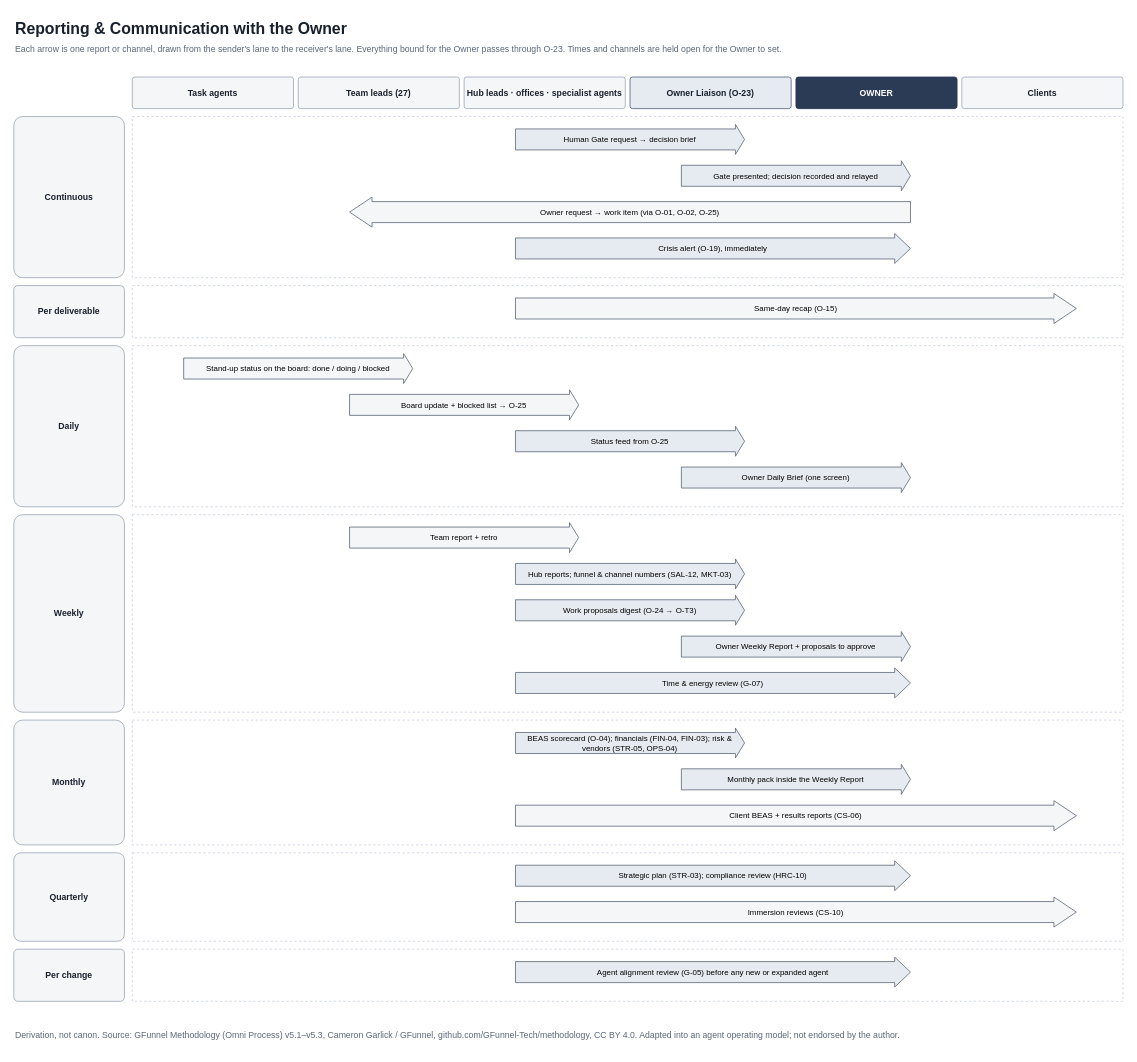
Earlier version of the draw.io diagram page "3 · Reporting & Communication" (3 of 6) of operations/agent-org-map/GFunnel-Agent-Operating-System.drawio (GFunnel-Tech/methodology). Source tidied: cells renumbered, new cells numbered last; positions are measured from the earlier drawing's top-left corner, leaving out a move shared by most shapes. Both pictures are drawn from the tidied source at 79%, with x=0, y=0 at pixel (13, 13).
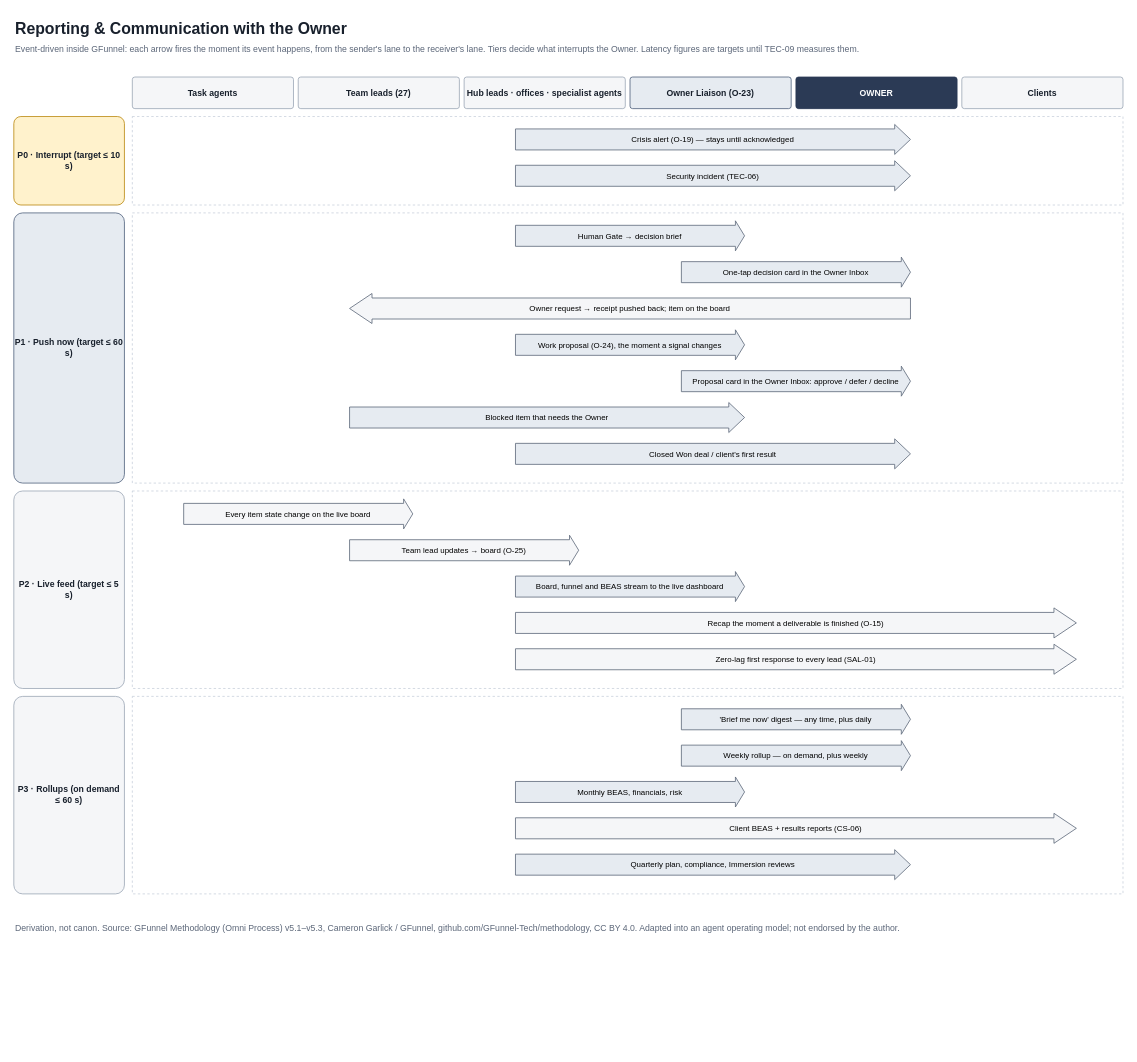
Above is the later version.

Commit message (it also covers changes not shown here):
Agent org map: instant delivery inside GFunnel

Diff of the diagram source:
```diff
@@
-    <mxCell id="3" value="Each arrow is one report or channel, drawn from the sender's lane to the receiver's lane. Everything bound for the Owner passes through O-23. Times and channels are held open for the Owner to set." style="text;html=1;fontSize=11;fontFamily=Helvetica;fontColor=#5B6678;align=left;verticalAlign=top;whiteSpace=wrap;" parent="1" vertex="1">
-      <mxGeometry y="32" width="1000" height="30" as="geometry" />
+    <mxCell id="3" value="Event-driven inside GFunnel: each arrow fires the moment its event happens, from the sender's lane to the receiver's lane. Tiers decide what interrupts the Owner. Latency figures are targets until TEC-09 measures them." style="text;html=1;fontSize=11;fontFamily=Helvetica;fontColor=#5B6678;align=left;verticalAlign=top;whiteSpace=wrap;" parent="1" vertex="1">
+      <mxGeometry y="32" width="1100" height="30" as="geometry" />
     </mxCell>
@@
-    <mxCell id="10" value="&lt;b&gt;Continuous&lt;/b&gt;" style="rounded=1;whiteSpace=wrap;html=1;fillColor=#F5F6F8;strokeColor=#9AA5B5;fontSize=11;fontFamily=Helvetica;arcSize=8;fontColor=#18202C;verticalAlign=middle;" parent="1" vertex="1">
-      <mxGeometry y="130" width="140" height="204" as="geometry" />
+    <mxCell id="10" value="&lt;b&gt;P0 · Interrupt (target ≤ 10 s)&lt;/b&gt;" style="rounded=1;whiteSpace=wrap;html=1;fillColor=#FFF2CC;strokeColor=#B8860B;fontSize=11;fontFamily=Helvetica;arcSize=8;fontColor=#18202C;verticalAlign=middle;" parent="1" vertex="1">
+      <mxGeometry y="130" width="140" height="112" as="geometry" />
     </mxCell>
     <mxCell id="11" style="rounded=0;html=1;fillColor=none;strokeColor=#C9D1DC;dashed=1;" parent="1" vertex="1">
-      <mxGeometry x="150" y="130" width="1254" height="204" as="geometry" />
+      <mxGeometry x="150" y="130" width="1254" height="112" as="geometry" />
     </mxCell>
-    <mxCell id="12" value="Human Gate request → decision brief" style="shape=singleArrow;direction=east;whiteSpace=wrap;html=1;arrowWidth=0.7;arrowSize=0.04;fontSize=10;fontFamily=Helvetica;fillColor=#E6EBF1;strokeColor=#5B6678;" parent="1" vertex="1">
-      <mxGeometry x="635" y="140" width="290" height="38" as="geometry" />
+    <mxCell id="12" value="Crisis alert (O-19) — stays until acknowledged" style="shape=singleArrow;direction=east;whiteSpace=wrap;html=1;arrowWidth=0.7;arrowSize=0.04;fontSize=10;fontFamily=Helvetica;fillColor=#E6EBF1;strokeColor=#5B6678;" parent="1" vertex="1">
+      <mxGeometry x="635" y="140" width="500" height="38" as="geometry" />
     </mxCell>
-    <mxCell id="13" value="Gate presented; decision recorded and relayed" style="shape=singleArrow;direction=east;whiteSpace=wrap;html=1;arrowWidth=0.7;arrowSize=0.04;fontSize=10;fontFamily=Helvetica;fillColor=#E6EBF1;strokeColor=#5B6678;" parent="1" vertex="1">
-      <mxGeometry x="845" y="186" width="290" height="38" as="geometry" />
+    <mxCell id="13" value="Security incident (TEC-06)" style="shape=singleArrow;direction=east;whiteSpace=wrap;html=1;arrowWidth=0.7;arrowSize=0.04;fontSize=10;fontFamily=Helvetica;fillColor=#E6EBF1;strokeColor=#5B6678;" parent="1" vertex="1">
+      <mxGeometry x="635" y="186" width="500" height="38" as="geometry" />
     </mxCell>
-    <mxCell id="14" value="Owner request → work item (via O-01, O-02, O-25)" style="shape=singleArrow;direction=west;whiteSpace=wrap;html=1;arrowWidth=0.7;arrowSize=0.04;fontSize=10;fontFamily=Helvetica;fillColor=#F5F6F8;strokeColor=#5B6678;" parent="1" vertex="1">
-      <mxGeometry x="425" y="232" width="710" height="38" as="geometry" />
+    <mxCell id="14" value="&lt;b&gt;P1 · Push now (target ≤ 60 s)&lt;/b&gt;" style="rounded=1;whiteSpace=wrap;html=1;fillColor=#E6EBF1;strokeColor=#4D5F7A;fontSize=11;fontFamily=Helvetica;arcSize=8;fontColor=#18202C;verticalAlign=middle;" parent="1" vertex="1">
+      <mxGeometry y="252" width="140" height="342" as="geometry" />
     </mxCell>
-    <mxCell id="15" value="Crisis alert (O-19), immediately" style="shape=singleArrow;direction=east;whiteSpace=wrap;html=1;arrowWidth=0.7;arrowSize=0.04;fontSize=10;fontFamily=Helvetica;fillColor=#E6EBF1;strokeColor=#5B6678;" parent="1" vertex="1">
-      <mxGeometry x="635" y="278" width="500" height="38" as="geometry" />
+    <mxCell id="15" style="rounded=0;html=1;fillColor=none;strokeColor=#C9D1DC;dashed=1;" parent="1" vertex="1">
+      <mxGeometry x="150" y="252" width="1254" height="342" as="geometry" />
     </mxCell>
-    <mxCell id="16" value="&lt;b&gt;Per deliverable&lt;/b&gt;" style="rounded=1;whiteSpace=wrap;html=1;fillColor=#F5F6F8;strokeColor=#9AA5B5;fontSize=11;fontFamily=Helvetica;arcSize=8;fontColor=#18202C;verticalAlign=middle;" parent="1" vertex="1">
-      <mxGeometry y="344" width="140" height="66" as="geometry" />
+    <mxCell id="16" value="Human Gate → decision brief" style="shape=singleArrow;direction=east;whiteSpace=wrap;html=1;arrowWidth=0.7;arrowSize=0.04;fontSize=10;fontFamily=Helvetica;fillColor=#E6EBF1;strokeColor=#5B6678;" parent="1" vertex="1">
+      <mxGeometry x="635" y="262" width="290" height="38" as="geometry" />
     </mxCell>
-    <mxCell id="17" style="rounded=0;html=1;fillColor=none;strokeColor=#C9D1DC;dashed=1;" parent="1" vertex="1">
-      <mxGeometry x="150" y="344" width="1254" height="66" as="geometry" />
+    <mxCell id="17" value="One-tap decision card in the Owner Inbox" style="shape=singleArrow;direction=east;whiteSpace=wrap;html=1;arrowWidth=0.7;arrowSize=0.04;fontSize=10;fontFamily=Helvetica;fillColor=#E6EBF1;strokeColor=#5B6678;" parent="1" vertex="1">
+      <mxGeometry x="845" y="308" width="290" height="38" as="geometry" />
     </mxCell>
-    <mxCell id="18" value="Same-day recap (O-15)" style="shape=singleArrow;direction=east;whiteSpace=wrap;html=1;arrowWidth=0.7;arrowSize=0.04;fontSize=10;fontFamily=Helvetica;fillColor=#F5F6F8;strokeColor=#5B6678;" parent="1" vertex="1">
-      <mxGeometry x="635" y="354" width="710" height="38" as="geometry" />
+    <mxCell id="18" value="Owner request → receipt pushed back; item on the board" style="shape=singleArrow;direction=west;whiteSpace=wrap;html=1;arrowWidth=0.7;arrowSize=0.04;fontSize=10;fontFamily=Helvetica;fillColor=#F5F6F8;strokeColor=#5B6678;" parent="1" vertex="1">
+      <mxGeometry x="425" y="354" width="710" height="38" as="geometry" />
     </mxCell>
-    <mxCell id="19" value="&lt;b&gt;Daily&lt;/b&gt;" style="rounded=1;whiteSpace=wrap;html=1;fillColor=#F5F6F8;strokeColor=#9AA5B5;fontSize=11;fontFamily=Helvetica;arcSize=8;fontColor=#18202C;verticalAlign=middle;" parent="1" vertex="1">
-      <mxGeometry y="420" width="140" height="204" as="geometry" />
+    <mxCell id="19" value="Work proposal (O-24), the moment a signal changes" style="shape=singleArrow;direction=east;whiteSpace=wrap;html=1;arrowWidth=0.7;arrowSize=0.04;fontSize=10;fontFamily=Helvetica;fillColor=#E6EBF1;strokeColor=#5B6678;" parent="1" vertex="1">
+      <mxGeometry x="635" y="400" width="290" height="38" as="geometry" />
     </mxCell>
-    <mxCell id="20" style="rounded=0;html=1;fillColor=none;strokeColor=#C9D1DC;dashed=1;" parent="1" vertex="1">
-      <mxGeometry x="150" y="420" width="1254" height="204" as="geometry" />
+    <mxCell id="20" value="Proposal card in the Owner Inbox: approve / defer / decline" style="shape=singleArrow;direction=east;whiteSpace=wrap;html=1;arrowWidth=0.7;arrowSize=0.04;fontSize=10;fontFamily=Helvetica;fillColor=#E6EBF1;strokeColor=#5B6678;" parent="1" vertex="1">
+      <mxGeometry x="845" y="446" width="290" height="38" as="geometry" />
     </mxCell>
-    <mxCell id="21" value="Stand-up status on the board: done / doing / blocked" style="shape=singleArrow;direction=east;whiteSpace=wrap;html=1;arrowWidth=0.7;arrowSize=0.04;fontSize=10;fontFamily=Helvetica;fillColor=#F5F6F8;strokeColor=#5B6678;" parent="1" vertex="1">
-      <mxGeometry x="215" y="430" width="290" height="38" as="geometry" />
+    <mxCell id="21" value="Blocked item that needs the Owner" style="shape=singleArrow;direction=east;whiteSpace=wrap;html=1;arrowWidth=0.7;arrowSize=0.04;fontSize=10;fontFamily=Helvetica;fillColor=#E6EBF1;strokeColor=#5B6678;" parent="1" vertex="1">
+      <mxGeometry x="425" y="492" width="500" height="38" as="geometry" />
     </mxCell>
-    <mxCell id="22" value="Board update + blocked list → O-25" style="shape=singleArrow;direction=east;whiteSpace=wrap;html=1;arrowWidth=0.7;arrowSize=0.04;fontSize=10;fontFamily=Helvetica;fillColor=#F5F6F8;strokeColor=#5B6678;" parent="1" vertex="1">
-      <mxGeometry x="425" y="476" width="290" height="38" as="geometry" />
+    <mxCell id="22" value="Closed Won deal / client's first result" style="shape=singleArrow;direction=east;whiteSpace=wrap;html=1;arrowWidth=0.7;arrowSize=0.04;fontSize=10;fontFamily=Helvetica;fillColor=#E6EBF1;strokeColor=#5B6678;" parent="1" vertex="1">
+      <mxGeometry x="635" y="538" width="500" height="38" as="geometry" />
     </mxCell>
-    <mxCell id="23" value="Status feed from O-25" style="shape=singleArrow;direction=east;whiteSpace=wrap;html=1;arrowWidth=0.7;arrowSize=0.04;fontSize=10;fontFamily=Helvetica;fillColor=#E6EBF1;strokeColor=#5B6678;" parent="1" vertex="1">
-      <mxGeometry x="635" y="522" width="290" height="38" as="geometry" />
+    <mxCell id="23" value="&lt;b&gt;P2 · Live feed (target ≤ 5 s)&lt;/b&gt;" style="rounded=1;whiteSpace=wrap;html=1;fillColor=#F5F6F8;strokeColor=#9AA5B5;fontSize=11;fontFamily=Helvetica;arcSize=8;fontColor=#18202C;verticalAlign=middle;" parent="1" vertex="1">
+      <mxGeometry y="604" width="140" height="250" as="geometry" />
     </mxCell>
-    <mxCell id="24" value="Owner Daily Brief (one screen)" style="shape=singleArrow;direction=east;whiteSpace=wrap;html=1;arrowWidth=0.7;arrowSize=0.04;fontSize=10;fontFamily=Helvetica;fillColor=#E6EBF1;strokeColor=#5B6678;" parent="1" vertex="1">
-      <mxGeometry x="845" y="568" width="290" height="38" as="geometry" />
+    <mxCell id="24" style="rounded=0;html=1;fillColor=none;strokeColor=#C9D1DC;dashed=1;" parent="1" vertex="1">
+      <mxGeometry x="150" y="604" width="1254" height="250" as="geometry" />
     </mxCell>
-    <mxCell id="25" value="&lt;b&gt;Weekly&lt;/b&gt;" style="rounded=1;whiteSpace=wrap;html=1;fillColor=#F5F6F8;strokeColor=#9AA5B5;fontSize=11;fontFamily=Helvetica;arcSize=8;fontColor=#18202C;verticalAlign=middle;" parent="1" vertex="1">
-      <mxGeometry y="634" width="140" height="250" as="geometry" />
+    <mxCell id="25" value="Every item state change on the live board" style="shape=singleArrow;direction=east;whiteSpace=wrap;html=1;arrowWidth=0.7;arrowSize=0.04;fontSize=10;fontFamily=Helvetica;fillColor=#F5F6F8;strokeColor=#5B6678;" parent="1" vertex="1">
+      <mxGeometry x="215" y="614" width="290" height="38" as="geometry" />
     </mxCell>
-    <mxCell id="26" style="rounded=0;html=1;fillColor=none;strokeColor=#C9D1DC;dashed=1;" parent="1" vertex="1">
-      <mxGeometry x="150" y="634" width="1254" height="250" as="geometry" />
+    <mxCell id="26" value="Team lead updates → board (O-25)" style="shape=singleArrow;direction=east;whiteSpace=wrap;html=1;arrowWidth=0.7;arrowSize=0.04;fontSize=10;fontFamily=Helvetica;fillColor=#F5F6F8;strokeColor=#5B6678;" parent="1" vertex="1">
+      <mxGeometry x="425" y="660" width="290" height="38" as="geometry" />
     </mxCell>
-    <mxCell id="27" value="Team report + retro" style="shape=singleArrow;direction=east;whiteSpace=wrap;html=1;arrowWidth=0.7;arrowSize=0.04;fontSize=10;fontFamily=Helvetica;fillColor=#F5F6F8;strokeColor=#5B6678;" parent="1" vertex="1">
-      <mxGeometry x="425" y="644" width="290" height="38" as="geometry" />
+    <mxCell id="27" value="Board, funnel and BEAS stream to the live dashboard" style="shape=singleArrow;direction=east;whiteSpace=wrap;html=1;arrowWidth=0.7;arrowSize=0.04;fontSize=10;fontFamily=Helvetica;fillColor=#E6EBF1;strokeColor=#5B6678;" parent="1" vertex="1">
+      <mxGeometry x="635" y="706" width="290" height="38" as="geometry" />
     </mxCell>
-    <mxCell id="28" value="Hub reports; funnel &amp;amp; channel numbers (SAL-12, MKT-03)" style="shape=singleArrow;direction=east;whiteSpace=wrap;html=1;arrowWidth=0.7;arrowSize=0.04;fontSize=10;fontFamily=Helvetica;fillColor=#E6EBF1;strokeColor=#5B6678;" parent="1" vertex="1">
-      <mxGeometry x="635" y="690" width="290" height="38" as="geometry" />
+    <mxCell id="28" value="Recap the moment a deliverable is finished (O-15)" style="shape=singleArrow;direction=east;whiteSpace=wrap;html=1;arrowWidth=0.7;arrowSize=0.04;fontSize=10;fontFamily=Helvetica;fillColor=#F5F6F8;strokeColor=#5B6678;" parent="1" vertex="1">
+      <mxGeometry x="635" y="752" width="710" height="38" as="geometry" />
     </mxCell>
-    <mxCell id="29" value="Work proposals digest (O-24 → O-T3)" style="shape=singleArrow;direction=east;whiteSpace=wrap;html=1;arrowWidth=0.7;arrowSize=0.04;fontSize=10;fontFamily=Helvetica;fillColor=#E6EBF1;strokeColor=#5B6678;" parent="1" vertex="1">
-      <mxGeometry x="635" y="736" width="290" height="38" as="geometry" />
+    <mxCell id="29" value="Zero-lag first response to every lead (SAL-01)" style="shape=singleArrow;direction=east;whiteSpace=wrap;html=1;arrowWidth=0.7;arrowSize=0.04;fontSize=10;fontFamily=Helvetica;fillColor=#F5F6F8;strokeColor=#5B6678;" parent="1" vertex="1">
+      <mxGeometry x="635" y="798" width="710" height="38" as="geometry" />
     </mxCell>
-    <mxCell id="30" value="Owner Weekly Report + proposals to approve" style="shape=singleArrow;direction=east;whiteSpace=wrap;html=1;arrowWidth=0.7;arrowSize=0.04;fontSize=10;fontFamily=Helvetica;fillColor=#E6EBF1;strokeColor=#5B6678;" parent="1" vertex="1">
-      <mxGeometry x="845" y="782" width="290" height="38" as="geometry" />
+    <mxCell id="30" value="&lt;b&gt;P3 · Rollups (on demand ≤ 60 s)&lt;/b&gt;" style="rounded=1;whiteSpace=wrap;html=1;fillColor=#F5F6F8;strokeColor=#9AA5B5;fontSize=11;fontFamily=Helvetica;arcSize=8;fontColor=#18202C;verticalAlign=middle;" parent="1" vertex="1">
+      <mxGeometry y="864" width="140" height="250" as="geometry" />
     </mxCell>
-    <mxCell id="31" value="Time &amp;amp; energy review (G-07)" style="shape=singleArrow;direction=east;whiteSpace=wrap;html=1;arrowWidth=0.7;arrowSize=0.04;fontSize=10;fontFamily=Helvetica;fillColor=#E6EBF1;strokeColor=#5B6678;" parent="1" vertex="1">
-      <mxGeometry x="635" y="828" width="500" height="38" as="geometry" />
+    <mxCell id="31" style="rounded=0;html=1;fillColor=none;strokeColor=#C9D1DC;dashed=1;" parent="1" vertex="1">
+      <mxGeometry x="150" y="864" width="1254" height="250" as="geometry" />
     </mxCell>
-    <mxCell id="32" value="&lt;b&gt;Monthly&lt;/b&gt;" style="rounded=1;whiteSpace=wrap;html=1;fillColor=#F5F6F8;strokeColor=#9AA5B5;fontSize=11;fontFamily=Helvetica;arcSize=8;fontColor=#18202C;verticalAlign=middle;" parent="1" vertex="1">
-      <mxGeometry y="894" width="140" height="158" as="geometry" />
+    <mxCell id="32" value="'Brief me now' digest — any time, plus daily" style="shape=singleArrow;direction=east;whiteSpace=wrap;html=1;arrowWidth=0.7;arrowSize=0.04;fontSize=10;fontFamily=Helvetica;fillColor=#E6EBF1;strokeColor=#5B6678;" parent="1" vertex="1">
+      <mxGeometry x="845" y="874" width="290" height="38" as="geometry" />
     </mxCell>
-    <mxCell id="33" style="rounded=0;html=1;fillColor=none;strokeColor=#C9D1DC;dashed=1;" parent="1" vertex="1">
-      <mxGeometry x="150" y="894" width="1254" height="158" as="geometry" />
+    <mxCell id="33" value="Weekly rollup — on demand, plus weekly" style="shape=singleArrow;direction=east;whiteSpace=wrap;html=1;arrowWidth=0.7;arrowSize=0.04;fontSize=10;fontFamily=Helvetica;fillColor=#E6EBF1;strokeColor=#5B6678;" parent="1" vertex="1">
+      <mxGeometry x="845" y="920" width="290" height="38" as="geometry" />
     </mxCell>
-    <mxCell id="34" value="BEAS scorecard (O-04); financials (FIN-04, FIN-03); risk &amp;amp; vendors (STR-05, OPS-04)" style="shape=singleArrow;direction=east;whiteSpace=wrap;html=1;arrowWidth=0.7;arrowSize=0.04;fontSize=10;fontFamily=Helvetica;fillColor=#E6EBF1;strokeColor=#5B6678;" parent="1" vertex="1">
-      <mxGeometry x="635" y="904" width="290" height="38" as="geometry" />
+    <mxCell id="34" value="Monthly BEAS, financials, risk" style="shape=singleArrow;direction=east;whiteSpace=wrap;html=1;arrowWidth=0.7;arrowSize=0.04;fontSize=10;fontFamily=Helvetica;fillColor=#E6EBF1;strokeColor=#5B6678;" parent="1" vertex="1">
+      <mxGeometry x="635" y="966" width="290" height="38" as="geometry" />
     </mxCell>
-    <mxCell id="35" value="Monthly pack inside the Weekly Report" style="shape=singleArrow;direction=east;whiteSpace=wrap;html=1;arrowWidth=0.7;arrowSize=0.04;fontSize=10;fontFamily=Helvetica;fillColor=#E6EBF1;strokeColor=#5B6678;" parent="1" vertex="1">
-      <mxGeometry x="845" y="950" width="290" height="38" as="geometry" />
+    <mxCell id="35" value="Client BEAS + results reports (CS-06)" style="shape=singleArrow;direction=east;whiteSpace=wrap;html=1;arrowWidth=0.7;arrowSize=0.04;fontSize=10;fontFamily=Helvetica;fillColor=#F5F6F8;strokeColor=#5B6678;" parent="1" vertex="1">
+      <mxGeometry x="635" y="1012" width="710" height="38" as="geometry" />
     </mxCell>
-    <mxCell id="36" value="Client BEAS + results reports (CS-06)" style="shape=singleArrow;direction=east;whiteSpace=wrap;html=1;arrowWidth=0.7;arrowSize=0.04;fontSize=10;fontFamily=Helvetica;fillColor=#F5F6F8;strokeColor=#5B6678;" parent="1" vertex="1">
-      <mxGeometry x="635" y="996" width="710" height="38" as="geometry" />
+    <mxCell id="36" value="Quarterly plan, compliance, Immersion reviews" style="shape=singleArrow;direction=east;whiteSpace=wrap;html=1;arrowWidth=0.7;arrowSize=0.04;fontSize=10;fontFamily=Helvetica;fillColor=#E6EBF1;strokeColor=#5B6678;" parent="1" vertex="1">
+      <mxGeometry x="635" y="1058" width="500" height="38" as="geometry" />
     </mxCell>
-    <mxCell id="37" value="&lt;b&gt;Quarterly&lt;/b&gt;" style="rounded=1;whiteSpace=wrap;html=1;fillColor=#F5F6F8;strokeColor=#9AA5B5;fontSize=11;fontFamily=Helvetica;arcSize=8;fontColor=#18202C;verticalAlign=middle;" parent="1" vertex="1">
-      <mxGeometry y="1062" width="140" height="112" as="geometry" />
+    <mxCell id="37" value="Derivation, not canon. Source: GFunnel Methodology (Omni Process) v5.1–v5.3, Cameron Garlick / GFunnel, github.com/GFunnel-Tech/methodology, CC BY 4.0. Adapted into an agent operating model; not endorsed by the author." style="text;html=1;fontSize=11;fontFamily=Helvetica;fontColor=#5B6678;align=left;verticalAlign=top;whiteSpace=wrap;" parent="1" vertex="1">
+      <mxGeometry y="1144" width="1200" height="30" as="geometry" />
     </mxCell>
-    <mxCell id="38" style="rounded=0;html=1;fillColor=none;strokeColor=#C9D1DC;dashed=1;" parent="1" vertex="1">
-      <mxGeometry x="150" y="1062" width="1254" height="112" as="geometry" />
-    </mxCell>
-    <mxCell id="39" value="Strategic plan (STR-03); compliance review (HRC-10)" style="shape=singleArrow;direction=east;whiteSpace=wrap;html=1;arrowWidth=0.7;arrowSize=0.04;fontSize=10;fontFamily=Helvetica;fillColor=#E6EBF1;strokeColor=#5B6678;" parent="1" vertex="1">
-      <mxGeometry x="635" y="1072" width="500" height="38" as="geometry" />
-    </mxCell>
-    <mxCell id="40" value="Immersion reviews (CS-10)" style="shape=singleArrow;direction=east;whiteSpace=wrap;html=1;arrowWidth=0.7;arrowSize=0.04;fontSize=10;fontFamily=Helvetica;fillColor=#F5F6F8;strokeColor=#5B6678;" parent="1" vertex="1">
-      <mxGeometry x="635" y="1118" width="710" height="38" as="geometry" />
-    </mxCell>
-    <mxCell id="41" value="&lt;b&gt;Per change&lt;/b&gt;" style="rounded=1;whiteSpace=wrap;html=1;fillColor=#F5F6F8;strokeColor=#9AA5B5;fontSize=11;fontFamily=Helvetica;arcSize=8;fontColor=#18202C;verticalAlign=middle;" parent="1" vertex="1">
-      <mxGeometry y="1184" width="140" height="66" as="geometry" />
-    </mxCell>
-    <mxCell id="42" style="rounded=0;html=1;fillColor=none;strokeColor=#C9D1DC;dashed=1;" parent="1" vertex="1">
-      <mxGeometry x="150" y="1184" width="1254" height="66" as="geometry" />
-    </mxCell>
-    <mxCell id="43" value="Agent alignment review (G-05) before any new or expanded agent" style="shape=singleArrow;direction=east;whiteSpace=wrap;html=1;arrowWidth=0.7;arrowSize=0.04;fontSize=10;fontFamily=Helvetica;fillColor=#E6EBF1;strokeColor=#5B6678;" parent="1" vertex="1">
-      <mxGeometry x="635" y="1194" width="500" height="38" as="geometry" />
-    </mxCell>
-    <mxCell id="44" value="Derivation, not canon. Source: GFunnel Methodology (Omni Process) v5.1–v5.3, Cameron Garlick / GFunnel, github.com/GFunnel-Tech/methodology, CC BY 4.0. Adapted into an agent operating model; not endorsed by the author." style="text;html=1;fontSize=11;fontFamily=Helvetica;fontColor=#5B6678;align=left;verticalAlign=top;whiteSpace=wrap;" parent="1" vertex="1">
-      <mxGeometry y="1280" width="1200" height="30" as="geometry" />
-    </mxCell>
```
